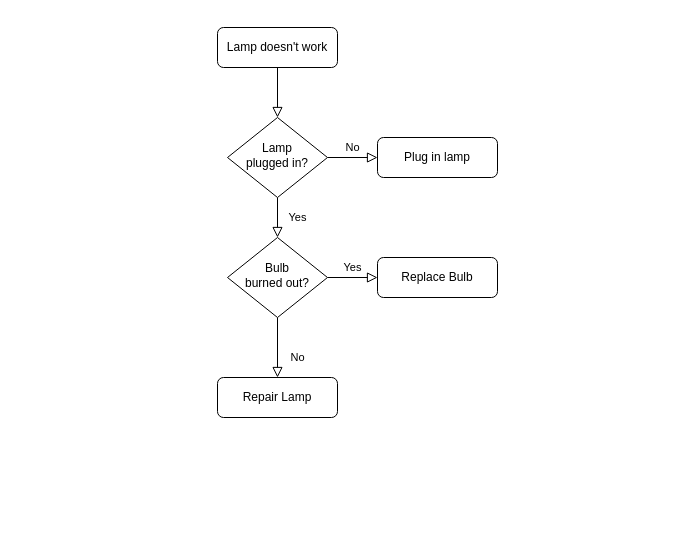
angularning/assets keeps this draw.io diagram as 平台层.drawio. Above is the earlier version. Source tidied: cells renumbered, new cells numbered last; positions are measured from the earlier drawing's top-left corner, leaving out a move shared by most shapes. Both pictures are drawn from the tidied source at 100%, with x=0, y=0 at pixel (217, 27).
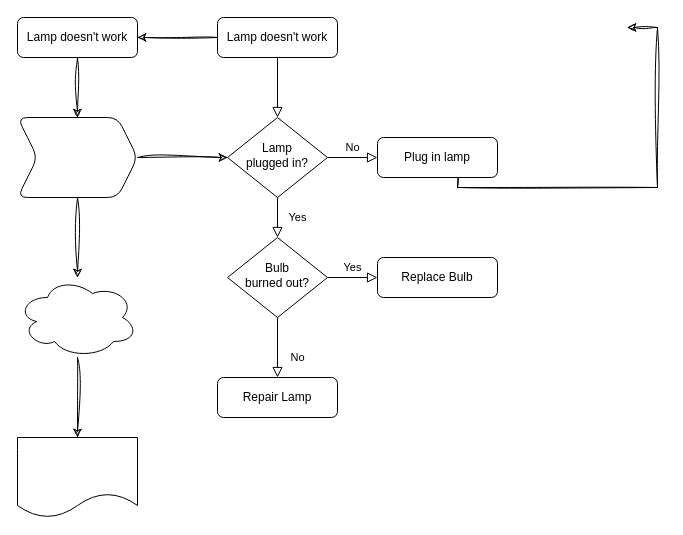
The same page after the edit.

Commit message:
更新平台层.drawio

The change refers to these unchanged cells:
```xml
<mxCell id="6" value="Lamp&lt;br&gt;plugged in?" style="rhombus;whiteSpace=wrap;html=1;shadow=0;fontFamily=Helvetica;fontSize=12;align=center;strokeWidth=1;spacing=6;spacingTop=-4;" parent="1" vertex="1">
  <mxGeometry x="10" y="90" width="100" height="80" as="geometry" />
</mxCell>
```

What changed in the source:
```diff
@@
+    <mxCell id="13" style="edgeStyle=orthogonalEdgeStyle;rounded=0;sketch=1;hachureGap=4;jiggle=2;curveFitting=1;jettySize=auto;html=1;fontFamily=Architects Daughter;" parent="1" edge="1" source="3" target="16">
+      <mxGeometry relative="1" as="geometry" />
+    </mxCell>
     <mxCell id="3" value="Lamp doesn't work" style="rounded=1;whiteSpace=wrap;html=1;fontSize=12;glass=0;strokeWidth=1;shadow=0;" parent="1" vertex="1">
-      <mxGeometry width="120" height="40" as="geometry" />
+      <mxGeometry y="-10" width="120" height="40" as="geometry" />
     </mxCell>
@@
+    <mxCell id="14" style="edgeStyle=orthogonalEdgeStyle;rounded=0;sketch=1;hachureGap=4;jiggle=2;curveFitting=1;orthogonalLoop=1;jettySize=auto;html=1;fontFamily=Architects Daughter;curved=0;" parent="1" edge="1">
+      <mxGeometry relative="1" as="geometry">
+        <mxPoint x="240" y="140" as="sourcePoint" />
+        <mxPoint x="410" as="targetPoint" />
+        <Array as="points">
+          <mxPoint x="240" y="160" />
+          <mxPoint x="440" y="160" />
+          <mxPoint x="440" />
+        </Array>
+      </mxGeometry>
+    </mxCell>
@@
+    <mxCell id="15" style="edgeStyle=orthogonalEdgeStyle;rounded=0;sketch=1;hachureGap=4;jiggle=2;curveFitting=1;jettySize=auto;html=1;fontFamily=Architects Daughter;" parent="1" edge="1" source="16" target="19">
+      <mxGeometry relative="1" as="geometry" />
+    </mxCell>
+    <mxCell id="16" value="Lamp doesn't work" style="rounded=1;whiteSpace=wrap;html=1;fontSize=12;glass=0;strokeWidth=1;shadow=0;" parent="1" vertex="1">
+      <mxGeometry x="-200" y="-10" width="120" height="40" as="geometry" />
+    </mxCell>
+    <mxCell id="17" style="edgeStyle=orthogonalEdgeStyle;rounded=0;sketch=1;hachureGap=4;jiggle=2;curveFitting=1;jettySize=auto;html=1;fontFamily=Architects Daughter;" parent="1" edge="1" source="19" target="21">
+      <mxGeometry relative="1" as="geometry" />
+    </mxCell>
+    <mxCell id="18" style="edgeStyle=orthogonalEdgeStyle;rounded=0;sketch=1;hachureGap=4;jiggle=2;curveFitting=1;jettySize=auto;html=1;fontFamily=Architects Daughter;" parent="1" edge="1" source="19" target="6">
+      <mxGeometry relative="1" as="geometry" />
+    </mxCell>
+    <mxCell id="19" style="shape=step;perimeter=stepPerimeter;whiteSpace=wrap;html=1;fixedSize=1;rounded=1;glass=0;strokeWidth=1;shadow=0;" parent="1" vertex="1">
+      <mxGeometry x="-200" y="90" width="120" height="80" as="geometry" />
+    </mxCell>
+    <mxCell id="20" style="edgeStyle=orthogonalEdgeStyle;rounded=0;sketch=1;hachureGap=4;jiggle=2;curveFitting=1;jettySize=auto;html=1;fontFamily=Architects Daughter;" parent="1" edge="1" source="21" target="22">
+      <mxGeometry relative="1" as="geometry" />
+    </mxCell>
+    <mxCell id="21" style="ellipse;shape=cloud;whiteSpace=wrap;html=1;rounded=1;glass=0;strokeWidth=1;shadow=0;" parent="1" vertex="1">
+      <mxGeometry x="-200" y="250" width="120" height="80" as="geometry" />
+    </mxCell>
+    <mxCell id="22" style="shape=document;whiteSpace=wrap;html=1;boundedLbl=1;rounded=1;glass=0;strokeWidth=1;shadow=0;" parent="1" vertex="1">
+      <mxGeometry x="-200" y="410" width="120" height="80" as="geometry" />
+    </mxCell>
```
